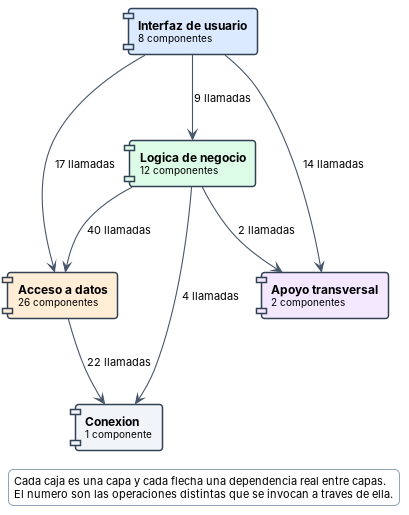
Before: docs/Imagenes/DiagramaComponentes_S1_Capas.png, a diagram exported from PlantUML (puj-course/FIS_2630_1204_G2). Its source is kept beside it as docs/diagramas-fuente/DiagramaComponentes_S1_Capas.puml. Its diagram source:
```plantuml
@startuml
top to bottom direction
skinparam backgroundColor #FFFFFF
skinparam shadowing false
skinparam defaultFontName Helvetica
skinparam roundCorner 6
skinparam nodesep 28
skinparam ranksep 70
skinparam ArrowColor #475569
skinparam ArrowFontSize 11
skinparam ArrowThickness 1.1
skinparam PackageBorderColor #94A3B8
skinparam PackageFontStyle bold
skinparam PackageFontSize 13
skinparam ComponentBackgroundColor #FFFFFF
skinparam ComponentFontSize 12
skinparam ComponentBorderColor #334155
skinparam legendBackgroundColor #FFFFFF
skinparam legendBorderColor #94A3B8
skinparam legendFontSize 11
component "**Interfaz de usuario**\n<size:10>8 componentes</size>" as k_ui #DBEAFE
component "**Logica de negocio**\n<size:10>12 componentes</size>" as k_negocio #DCFCE7
component "**Acceso a datos**\n<size:10>26 componentes</size>" as k_datos #FFEDD5
component "**Conexion**\n<size:10>1 componente</size>" as k_conexion #F1F5F9
component "**Apoyo transversal**\n<size:10>2 componentes</size>" as k_apoyo #F3E8FF
k_negocio --> k_datos : 40 llamadas
k_datos --> k_conexion : 22 llamadas
k_ui --> k_datos : 17 llamadas
k_ui --> k_apoyo : 14 llamadas
k_ui --> k_negocio : 9 llamadas
k_negocio --> k_conexion : 4 llamadas
k_negocio --> k_apoyo : 2 llamadas
legend bottom
Cada caja es una capa y cada flecha una dependencia real entre capas.
El numero son las operaciones distintas que se invocan a traves de ella.
endlegend
@enduml
```
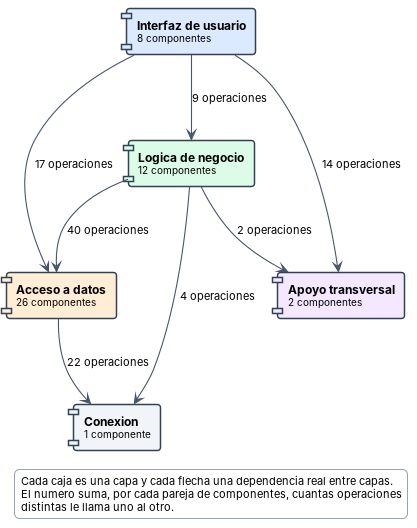
Above is the later version.

Diff of the diagram source:
```diff
@@ -23,15 +23,16 @@
 component "**Acceso a datos**\n<size:10>26 componentes</size>" as k_datos #FFEDD5
 component "**Conexion**\n<size:10>1 componente</size>" as k_conexion #F1F5F9
 component "**Apoyo transversal**\n<size:10>2 componentes</size>" as k_apoyo #F3E8FF
-k_negocio --> k_datos : 40 llamadas
-k_datos --> k_conexion : 22 llamadas
-k_ui --> k_datos : 17 llamadas
-k_ui --> k_apoyo : 14 llamadas
-k_ui --> k_negocio : 9 llamadas
-k_negocio --> k_conexion : 4 llamadas
-k_negocio --> k_apoyo : 2 llamadas
+k_negocio --> k_datos : 40 operaciones
+k_datos --> k_conexion : 22 operaciones
+k_ui --> k_datos : 17 operaciones
+k_ui --> k_apoyo : 14 operaciones
+k_ui --> k_negocio : 9 operaciones
+k_negocio --> k_conexion : 4 operaciones
+k_negocio --> k_apoyo : 2 operaciones
 legend bottom
 Cada caja es una capa y cada flecha una dependencia real entre capas.
-El numero son las operaciones distintas que se invocan a traves de ella.
+El numero suma, por cada pareja de componentes, cuantas operaciones
+distintas le llama uno al otro.
 endlegend
 @enduml
```
